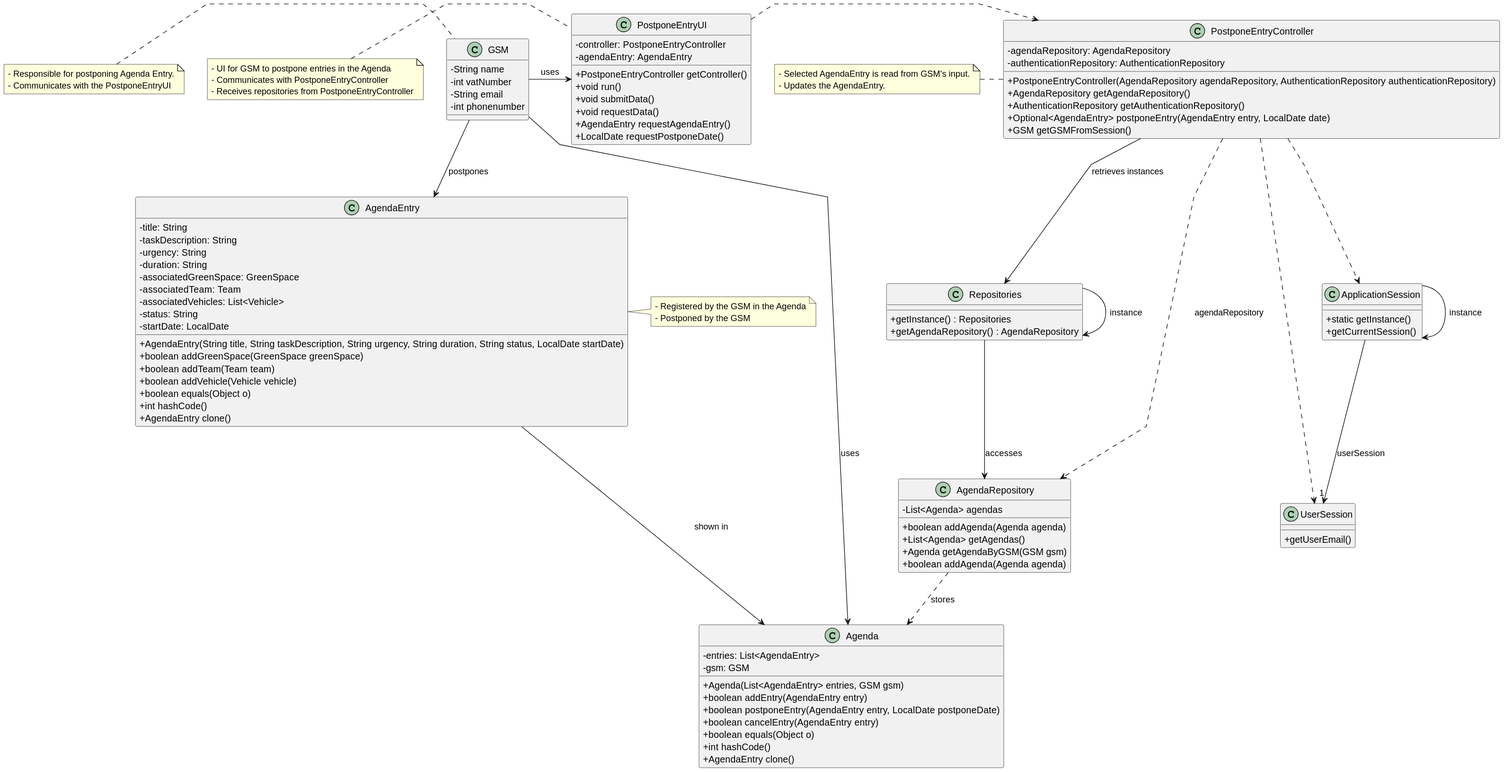
tiagosoa/lei-24-s2-1dgh-g073 keeps this PlantUML diagram as docs/sprint3/us024/03.design/svg/us024-class-diagram.svg. Above is the earlier version.
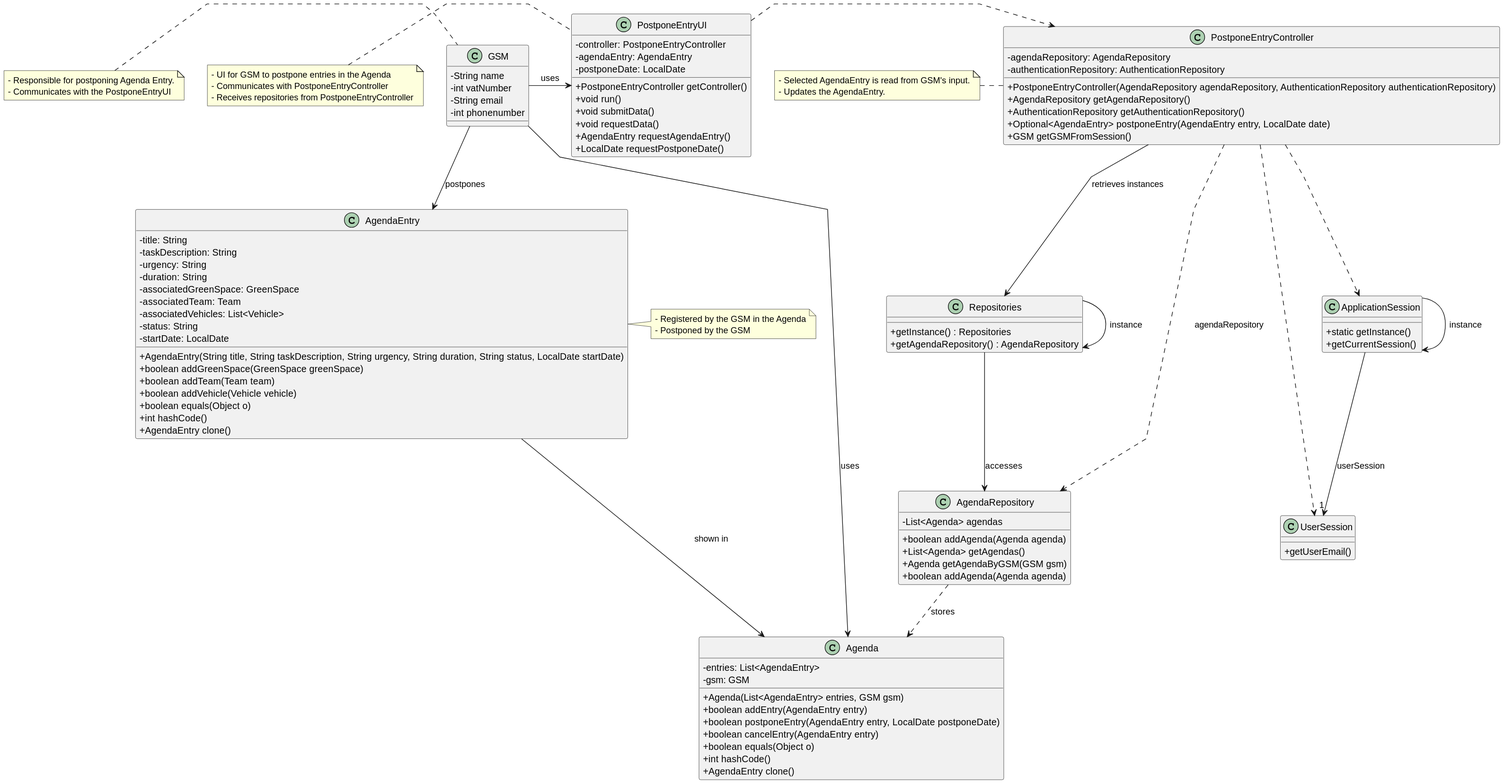
Later version of the same file.

Change to the diagram source:
```diff
@@ -63,6 +63,7 @@
 class PostponeEntryUI {
   - controller: PostponeEntryController
   - agendaEntry: AgendaEntry
+  - postponeDate: LocalDate
   + PostponeEntryController getController()
   + void run()
   + void submitData()
```
